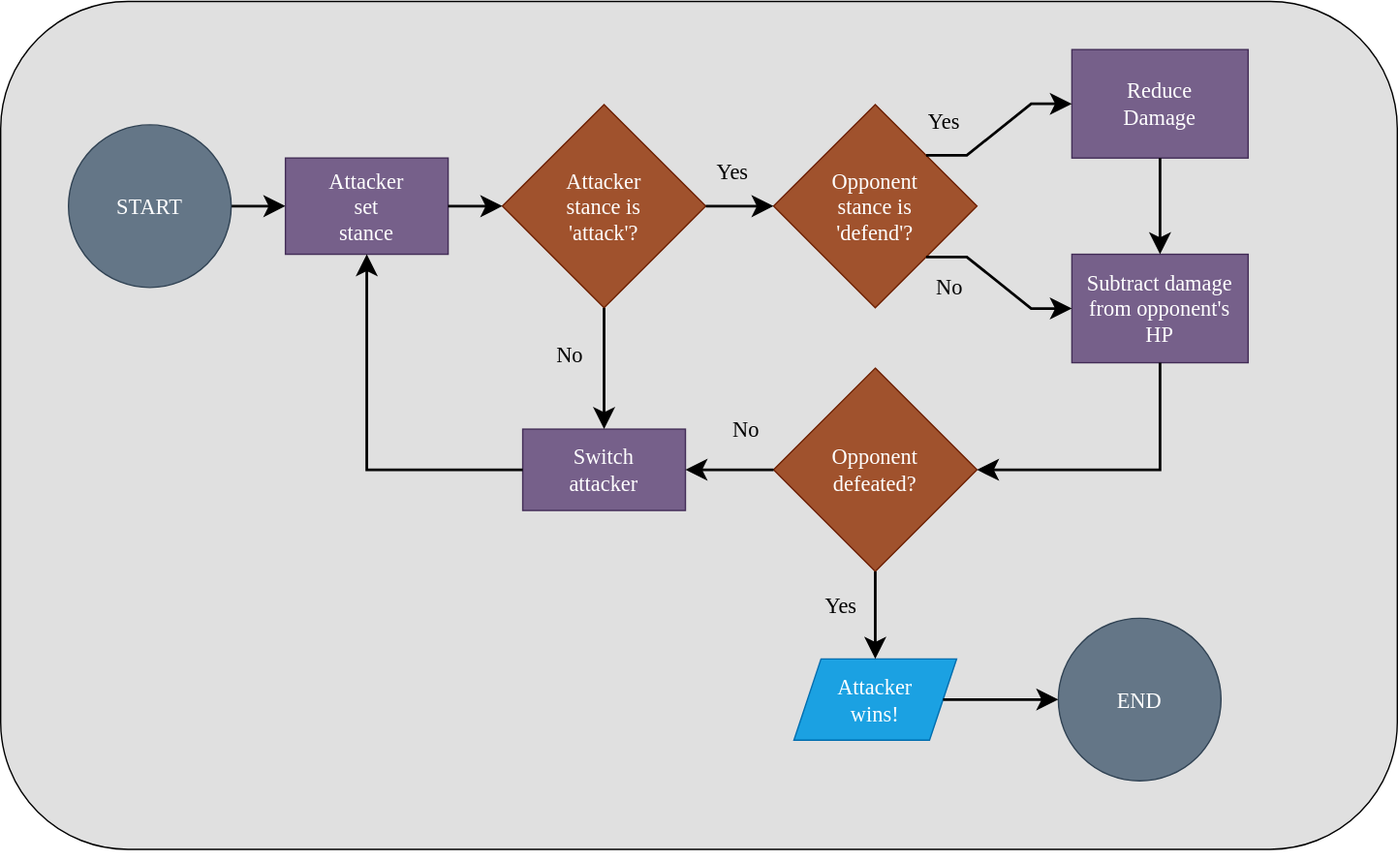
Earlier version of the draw.io export practice/unit_4/solutions/exercise_2/flowcharts/exercise_2_3_flowchart.drawio.svg (PdxCodeGuild/Programming102). Source tidied: cells renumbered, new cells last; positions are measured from the earlier drawing's top-left corner, leaving out a move shared by most shapes.
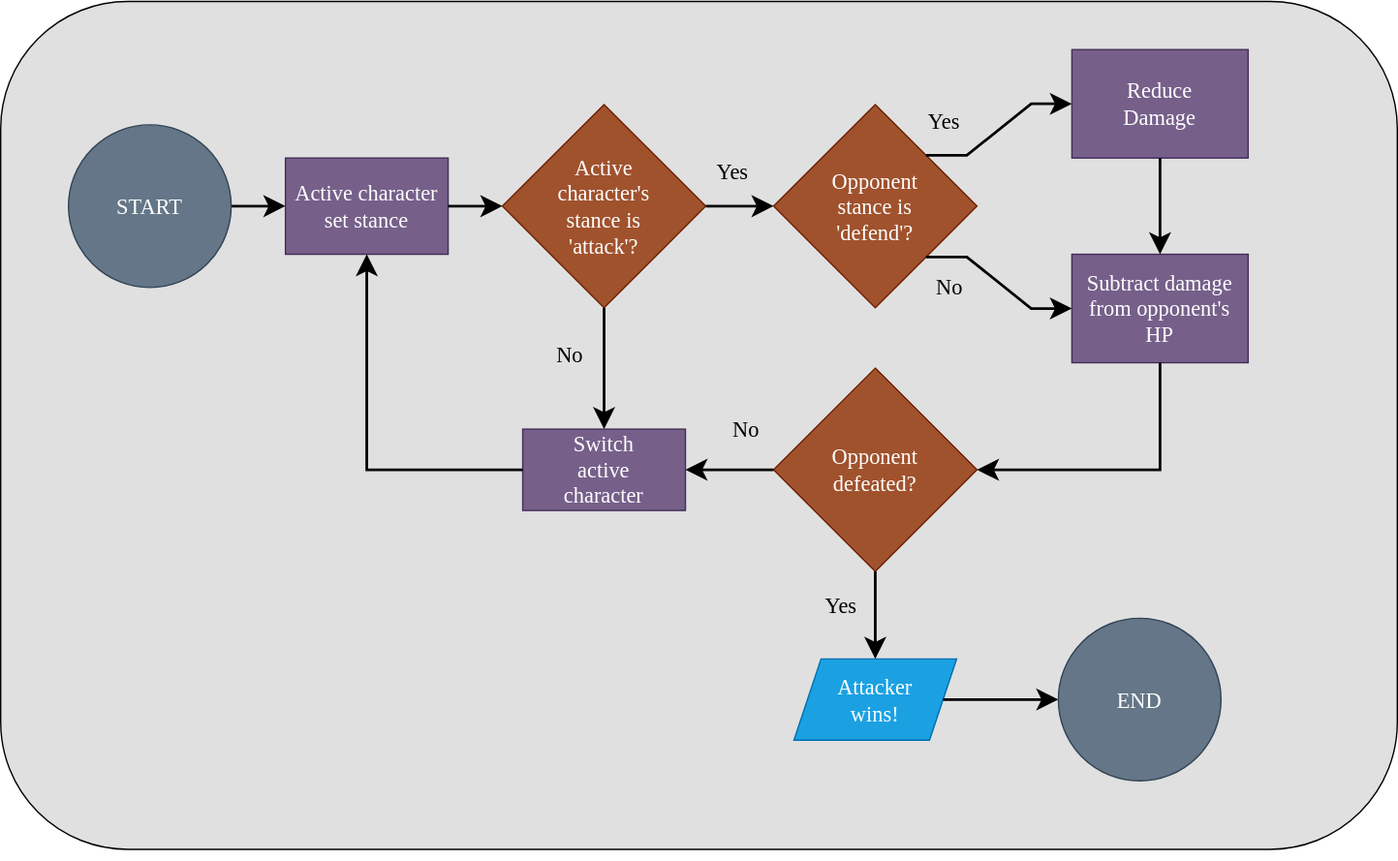
The same diagram one commit later.

Commit message:
change 'attacker' to 'active character'

What changed in the source:
```diff
@@ -11,16 +11,16 @@
     <mxCell id="4" value="&lt;font style=&quot;font-size: 16px&quot;&gt;START&lt;/font&gt;" style="ellipse;whiteSpace=wrap;html=1;fillColor=#647687;strokeColor=#314354;fontColor=#ffffff;fontFamily=raleway;fontSource=https%3A%2F%2Ffonts.googleapis.com%2Fcss%3Ffamily%3Draleway;" parent="1" vertex="1">
       <mxGeometry x="50" y="91.5" width="120" height="120" as="geometry" />
     </mxCell>
-    <mxCell id="5" value="Attacker&lt;br&gt;set&lt;br&gt;stance" style="rounded=0;whiteSpace=wrap;html=1;fillColor=#76608a;strokeColor=#432D57;fontColor=#ffffff;fontSize=16;fontFamily=raleway;fontSource=https%3A%2F%2Ffonts.googleapis.com%2Fcss%3Ffamily%3Draleway;" parent="1" vertex="1">
+    <mxCell id="5" value="Active character&lt;br&gt;set stance" style="rounded=0;whiteSpace=wrap;html=1;fillColor=#76608a;strokeColor=#432D57;fontColor=#ffffff;fontSize=16;fontFamily=raleway;fontSource=https%3A%2F%2Ffonts.googleapis.com%2Fcss%3Ffamily%3Draleway;" parent="1" vertex="1">
       <mxGeometry x="210" y="116" width="120" height="71" as="geometry" />
     </mxCell>
-    <mxCell id="6" value="Attacker&lt;br&gt;stance is &lt;br&gt;'attack'?" style="rhombus;whiteSpace=wrap;html=1;fillColor=#a0522d;strokeColor=#6D1F00;fontColor=#ffffff;fontSize=16;fontFamily=raleway;fontSource=https%3A%2F%2Ffonts.googleapis.com%2Fcss%3Ffamily%3Draleway;" parent="1" vertex="1">
+    <mxCell id="6" value="Active &lt;br&gt;character's&lt;br&gt;stance is &lt;br&gt;'attack'?" style="rhombus;whiteSpace=wrap;html=1;fillColor=#a0522d;strokeColor=#6D1F00;fontColor=#ffffff;fontSize=16;fontFamily=raleway;fontSource=https%3A%2F%2Ffonts.googleapis.com%2Fcss%3Ffamily%3Draleway;" parent="1" vertex="1">
       <mxGeometry x="370" y="76.5" width="150" height="150" as="geometry" />
     </mxCell>
     <mxCell id="7" value="Attacker&lt;br&gt;&amp;nbsp;wins!" style="shape=parallelogram;perimeter=parallelogramPerimeter;whiteSpace=wrap;html=1;fixedSize=1;fontSize=16;fillColor=#1ba1e2;strokeColor=#006EAF;fontColor=#ffffff;fontFamily=raleway;fontSource=https%3A%2F%2Ffonts.googleapis.com%2Fcss%3Ffamily%3Draleway;" parent="1" vertex="1">
       <mxGeometry x="585" y="485.5" width="120" height="60" as="geometry" />
     </mxCell>
-    <mxCell id="8" value="Switch &lt;br&gt;attacker" style="rounded=0;whiteSpace=wrap;html=1;fontSize=16;fillColor=#76608a;strokeColor=#432D57;fontColor=#ffffff;fontFamily=raleway;fontSource=https%3A%2F%2Ffonts.googleapis.com%2Fcss%3Ffamily%3Draleway;" parent="1" vertex="1">
+    <mxCell id="8" value="Switch &lt;br&gt;active&lt;br&gt;character" style="rounded=0;whiteSpace=wrap;html=1;fontSize=16;fillColor=#76608a;strokeColor=#432D57;fontColor=#ffffff;fontFamily=raleway;fontSource=https%3A%2F%2Ffonts.googleapis.com%2Fcss%3Ffamily%3Draleway;" parent="1" vertex="1">
       <mxGeometry x="385" y="316" width="120" height="60" as="geometry" />
     </mxCell>
     <mxCell id="9" value="&lt;font style=&quot;font-size: 16px&quot;&gt;END&lt;/font&gt;" style="ellipse;whiteSpace=wrap;html=1;fillColor=#647687;strokeColor=#314354;fontColor=#ffffff;fontFamily=raleway;fontSource=https%3A%2F%2Ffonts.googleapis.com%2Fcss%3Ffamily%3Draleway;" parent="1" vertex="1">
```
